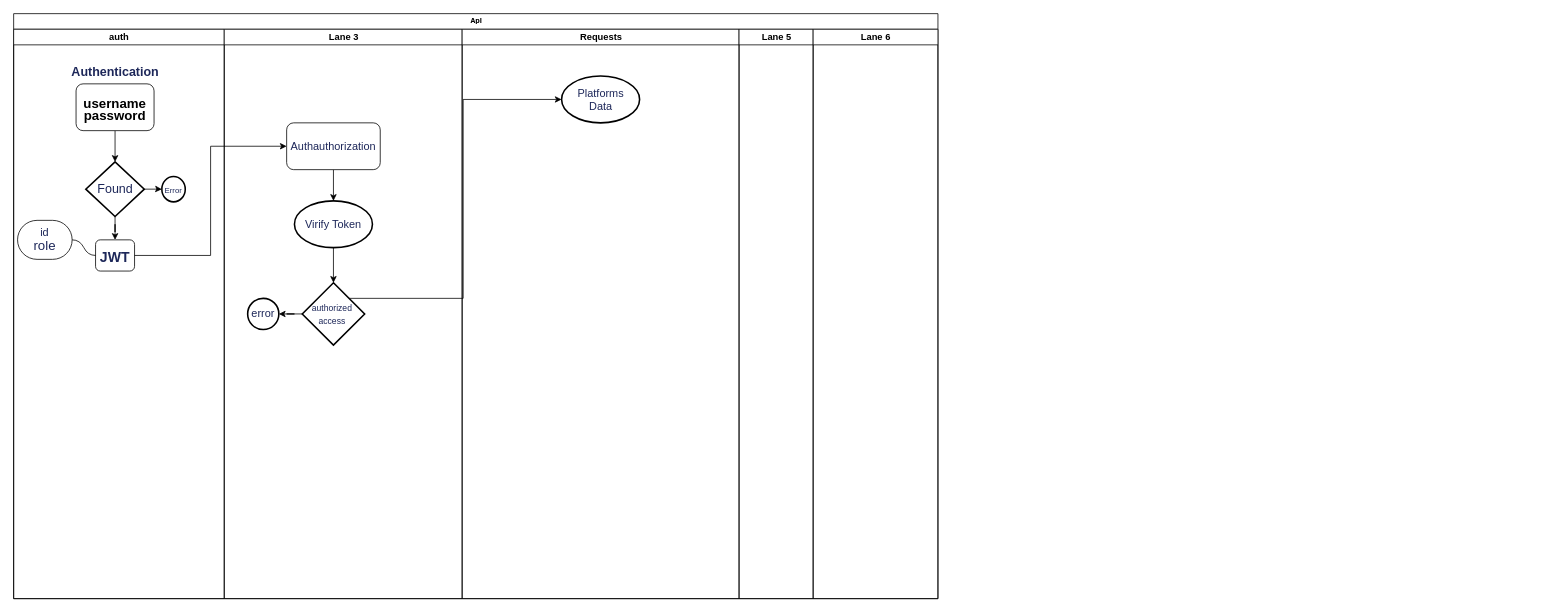
Earlier version of the draw.io diagram flowchart/API.drawio (ahmadsoran/dev-panel-backend). Source tidied: cells renumbered, new cells numbered last; positions are measured from the earlier drawing's top-left corner, leaving out a move shared by most shapes. Both pictures are drawn from the tidied source at 78%, with x=0, y=0 at pixel (13, 13).
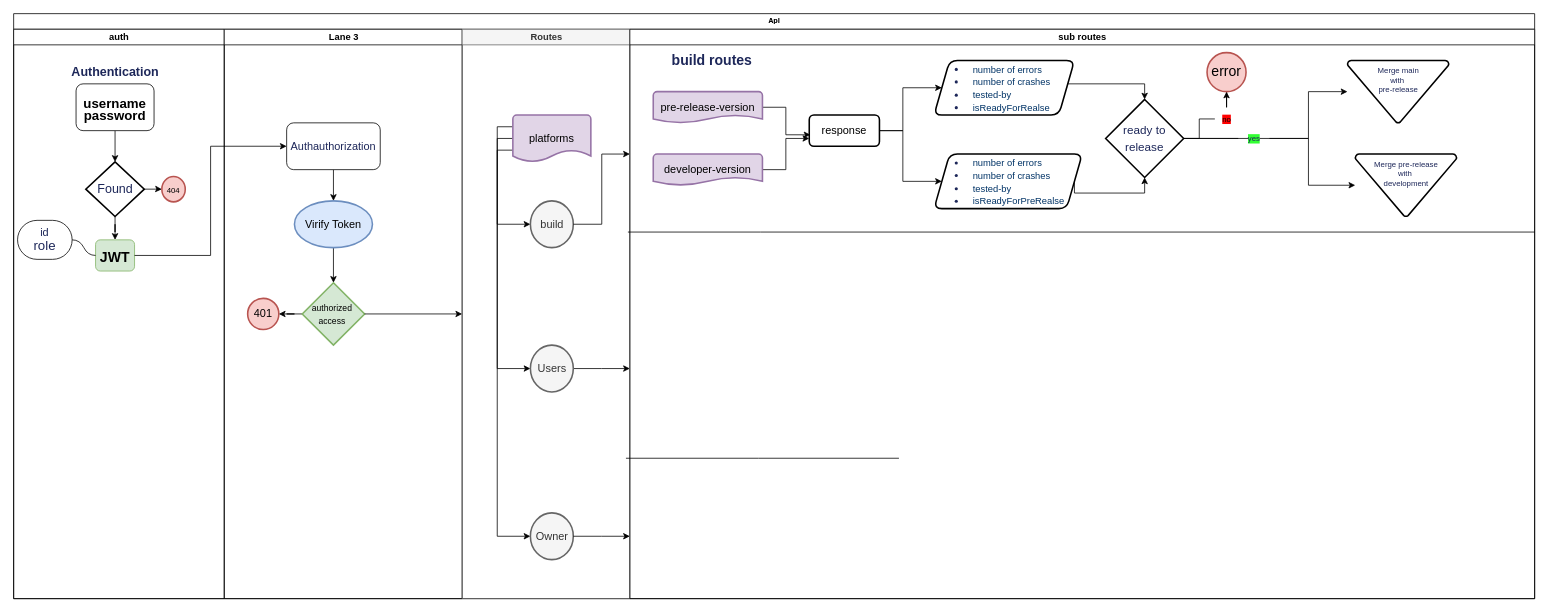
After the change.

The change refers to these unchanged cells:
```xml
<mxCell id="3" value="auth" style="swimlane;html=1;startSize=20;" parent="2" vertex="1">
  <mxGeometry y="20" width="270" height="730" as="geometry" />
</mxCell>
<mxCell id="14" value="Lane 3" style="swimlane;html=1;startSize=20;" parent="2" vertex="1">
  <mxGeometry x="270" y="20" width="305" height="730" as="geometry" />
</mxCell>
<mxCell id="16" value="&lt;font style=&quot;font-size: 14px;&quot;&gt;Authauthorization&lt;/font&gt;" style="whiteSpace=wrap;html=1;fontSize=17;fontColor=#1d2759;rounded=1;strokeWidth=1;fontFamily=Helvetica;" parent="14" vertex="1">
  <mxGeometry x="80" y="120" width="120" height="60" as="geometry" />
</mxCell>
```

What changed in the source:
```diff
@@
+    <mxCell id="28" style="edgeStyle=orthogonalEdgeStyle;rounded=0;jettySize=auto;html=1;exitX=1;exitY=0.5;exitDx=0;exitDy=0;fontFamily=Helvetica;fontSize=14;fontColor=#1d2759;" parent="1" edge="1" source="33">
+      <mxGeometry relative="1" as="geometry">
+        <mxPoint x="790" y="455" as="targetPoint" />
+      </mxGeometry>
+    </mxCell>
-    <mxCell id="2" value="Api" style="swimlane;html=1;startSize=20;rounded=0;shadow=0;labelBackgroundColor=none;strokeWidth=1;fontFamily=Verdana;fontSize=8;align=center;" parent="1" vertex="1">
-      <mxGeometry width="1185" height="750" as="geometry" />
+    <mxCell id="2" value="Api" style="swimlane;html=1;startSize=20;rounded=0;shadow=0;labelBackgroundColor=#FFFFFF;strokeWidth=1;fontFamily=Verdana;fontSize=8;align=center;" parent="1" vertex="1">
+      <mxGeometry width="1950" height="750" as="geometry" />
     </mxCell>
@@
-    <mxCell id="10" value="&lt;h1 style=&quot;line-height: 50%;&quot;&gt;&lt;font style=&quot;font-size: 18px;&quot;&gt;JWT&lt;/font&gt;&lt;/h1&gt;" style="rounded=1;whiteSpace=wrap;html=1;strokeWidth=1;fontFamily=Helvetica;fontSize=17;fontColor=#1d2759;" parent="3" vertex="1">
+    <mxCell id="10" value="&lt;h1 style=&quot;line-height: 50%;&quot;&gt;&lt;font style=&quot;font-size: 18px;&quot;&gt;JWT&lt;/font&gt;&lt;/h1&gt;" style="rounded=1;whiteSpace=wrap;html=1;strokeWidth=1;fontFamily=Helvetica;fontSize=17;fillColor=#d5e8d4;strokeColor=#82b366;" parent="3" vertex="1">
       <mxGeometry x="105" y="270" width="50" height="40" as="geometry" />
     </mxCell>
-    <mxCell id="11" value="&lt;font style=&quot;font-size: 10px;&quot;&gt;Error&lt;/font&gt;" style="ellipse;whiteSpace=wrap;html=1;fontSize=16;fontColor=#1d2759;strokeWidth=2;" parent="3" vertex="1">
+    <mxCell id="11" value="&lt;font style=&quot;font-size: 10px;&quot;&gt;404&lt;/font&gt;" style="ellipse;whiteSpace=wrap;html=1;fontSize=16;strokeWidth=2;fillColor=#f8cecc;strokeColor=#b85450;" parent="3" vertex="1">
       <mxGeometry x="190" y="188.8" width="30" height="32.5" as="geometry" />
     </mxCell>
@@
-    <mxCell id="18" value="Virify Token" style="strokeWidth=2;html=1;shape=mxgraph.flowchart.start_1;whiteSpace=wrap;fontFamily=Helvetica;fontSize=14;fontColor=#1d2759;" parent="14" vertex="1">
+    <mxCell id="18" value="Virify Token" style="strokeWidth=2;html=1;shape=mxgraph.flowchart.start_1;whiteSpace=wrap;fontFamily=Helvetica;fontSize=14;fillColor=#dae8fc;strokeColor=#6c8ebf;" parent="14" vertex="1">
       <mxGeometry x="90" y="220" width="100" height="60" as="geometry" />
     </mxCell>
-    <mxCell id="19" value="error" style="ellipse;whiteSpace=wrap;html=1;fontSize=14;fontColor=#1d2759;strokeWidth=2;fontFamily=Helvetica;" parent="14" vertex="1">
+    <mxCell id="19" value="401" style="ellipse;whiteSpace=wrap;html=1;fontSize=14;strokeWidth=2;fontFamily=Helvetica;fillColor=#f8cecc;strokeColor=#b85450;" parent="14" vertex="1">
       <mxGeometry x="30" y="345" width="40" height="40" as="geometry" />
     </mxCell>
@@
-    <mxCell id="21" value="&lt;font style=&quot;font-size: 11px;&quot;&gt;authorized&amp;nbsp; access&amp;nbsp;&lt;/font&gt;" style="rhombus;whiteSpace=wrap;html=1;fontSize=14;fontColor=#1d2759;strokeWidth=2;fontFamily=Helvetica;" parent="14" vertex="1">
+    <mxCell id="21" value="&lt;font style=&quot;font-size: 11px;&quot;&gt;authorized&amp;nbsp; access&amp;nbsp;&lt;/font&gt;" style="rhombus;whiteSpace=wrap;html=1;fontSize=14;strokeWidth=2;fontFamily=Helvetica;fillColor=#d5e8d4;strokeColor=#82b366;" parent="14" vertex="1">
       <mxGeometry x="100" y="325" width="80" height="80" as="geometry" />
     </mxCell>
-    <mxCell id="22" value="Requests" style="swimlane;html=1;startSize=20;" parent="2" vertex="1">
-      <mxGeometry x="575" y="20" width="355" height="730" as="geometry" />
+    <mxCell id="22" value="Routes" style="swimlane;html=1;startSize=20;fillColor=#f5f5f5;fontColor=#333333;strokeColor=#666666;" parent="2" vertex="1">
+      <mxGeometry x="575" y="20" width="215" height="730" as="geometry" />
     </mxCell>
-    <mxCell id="23" value="&lt;font style=&quot;font-size: 14px;&quot;&gt;Platforms&lt;br&gt;Data&lt;/font&gt;" style="strokeWidth=2;html=1;shape=mxgraph.flowchart.start_1;whiteSpace=wrap;fontFamily=Helvetica;fontSize=11;fontColor=#1d2759;" parent="22" vertex="1">
-      <mxGeometry x="127.5" y="60" width="100" height="60" as="geometry" />
-    </mxCell>
+    <mxCell id="29" style="edgeStyle=orthogonalEdgeStyle;rounded=0;jettySize=auto;html=1;exitX=0;exitY=0.75;exitDx=0;exitDy=0;exitPerimeter=0;entryX=0;entryY=0.5;entryDx=0;entryDy=0;fontFamily=Helvetica;fontSize=14;fontColor=#1d2759;" parent="22" edge="1" source="32" target="35">
+      <mxGeometry relative="1" as="geometry" />
+    </mxCell>
+    <mxCell id="30" style="edgeStyle=orthogonalEdgeStyle;rounded=0;jettySize=auto;html=1;exitX=0;exitY=0.5;exitDx=0;exitDy=0;exitPerimeter=0;entryX=0;entryY=0.5;entryDx=0;entryDy=0;fontFamily=Helvetica;fontSize=14;fontColor=#1d2759;" parent="22" edge="1" source="32" target="33">
+      <mxGeometry relative="1" as="geometry" />
+    </mxCell>
+    <mxCell id="31" style="edgeStyle=orthogonalEdgeStyle;rounded=0;jettySize=auto;html=1;exitX=0;exitY=0.25;exitDx=0;exitDy=0;exitPerimeter=0;entryX=0;entryY=0.5;entryDx=0;entryDy=0;fontFamily=Helvetica;fontSize=14;fontColor=#1d2759;" parent="22" edge="1" source="32" target="34">
+      <mxGeometry relative="1" as="geometry" />
+    </mxCell>
+    <mxCell id="32" value="platforms" style="strokeWidth=2;html=1;shape=mxgraph.flowchart.document2;whiteSpace=wrap;size=0.25;fontFamily=Helvetica;fontSize=14;fillColor=#e1d5e7;strokeColor=#9673a6;" parent="22" vertex="1">
+      <mxGeometry x="65" y="110" width="100" height="60" as="geometry" />
+    </mxCell>
+    <mxCell id="33" value="Users" style="ellipse;whiteSpace=wrap;html=1;fontSize=14;strokeWidth=2;fillColor=#f5f5f5;fontColor=#333333;strokeColor=#666666;" parent="22" vertex="1">
+      <mxGeometry x="87.5" y="405" width="55" height="60" as="geometry" />
+    </mxCell>
+    <mxCell id="34" value="Owner" style="ellipse;whiteSpace=wrap;html=1;fontSize=14;fillColor=#f5f5f5;strokeColor=#666666;strokeWidth=2;fontColor=#333333;" parent="22" vertex="1">
+      <mxGeometry x="87.5" y="620" width="55" height="60" as="geometry" />
+    </mxCell>
+    <mxCell id="35" value="build" style="ellipse;whiteSpace=wrap;html=1;fontSize=14;fillColor=#f5f5f5;strokeColor=#666666;strokeWidth=2;fontColor=#333333;" parent="22" vertex="1">
+      <mxGeometry x="87.5" y="220" width="55" height="60" as="geometry" />
+    </mxCell>
+    <mxCell id="26" style="edgeStyle=orthogonalEdgeStyle;rounded=0;jettySize=auto;html=1;exitX=1;exitY=0.5;exitDx=0;exitDy=0;entryX=0;entryY=0.5;entryDx=0;entryDy=0;fontFamily=Helvetica;fontSize=14;fontColor=#1d2759;" parent="2" edge="1" source="10" target="16">
+      <mxGeometry relative="1" as="geometry" />
+    </mxCell>
+    <mxCell id="36" style="edgeStyle=orthogonalEdgeStyle;rounded=0;jettySize=auto;html=1;exitX=1;exitY=0.5;exitDx=0;exitDy=0;fontFamily=Helvetica;fontSize=14;fontColor=#1d2759;" parent="2" edge="1" source="21" target="22">
+      <mxGeometry relative="1" as="geometry" />
+    </mxCell>
+    <mxCell id="37" style="edgeStyle=orthogonalEdgeStyle;rounded=0;jettySize=auto;html=1;exitX=1;exitY=0.5;exitDx=0;exitDy=0;fontFamily=Helvetica;fontSize=14;fontColor=#1d2759;" parent="2" edge="1" source="35" target="24">
+      <mxGeometry relative="1" as="geometry">
+        <Array as="points">
+          <mxPoint x="754" y="270" />
+          <mxPoint x="754" y="180" />
+        </Array>
+      </mxGeometry>
+    </mxCell>
-    <mxCell id="24" value="Lane 5" style="swimlane;html=1;startSize=20;" parent="2" vertex="1">
-      <mxGeometry x="930" y="20" width="95" height="730" as="geometry" />
+    <mxCell id="24" value="sub routes" style="swimlane;html=1;startSize=20;" parent="2" vertex="1">
+      <mxGeometry x="790" y="20" width="1160" height="730" as="geometry" />
     </mxCell>
-    <mxCell id="25" value="Lane 6" style="swimlane;html=1;startSize=20;" parent="2" vertex="1">
-      <mxGeometry x="1025" y="20" width="160" height="730" as="geometry" />
-    </mxCell>
-    <mxCell id="26" style="edgeStyle=orthogonalEdgeStyle;rounded=0;jettySize=auto;html=1;exitX=1;exitY=0.5;exitDx=0;exitDy=0;entryX=0;entryY=0.5;entryDx=0;entryDy=0;fontFamily=Helvetica;fontSize=14;fontColor=#1d2759;" parent="2" edge="1" source="10" target="16">
-      <mxGeometry relative="1" as="geometry" />
-    </mxCell>
-    <mxCell id="27" style="edgeStyle=orthogonalEdgeStyle;rounded=0;jettySize=auto;html=1;exitX=1;exitY=0;exitDx=0;exitDy=0;entryX=0;entryY=0.5;entryDx=0;entryDy=0;entryPerimeter=0;fontFamily=Helvetica;fontSize=14;fontColor=#1d2759;" parent="2" edge="1" source="21" target="23">
-      <mxGeometry relative="1" as="geometry" />
-    </mxCell>
+    <mxCell id="38" style="endArrow=none;html=1;rounded=0;fontFamily=Helvetica;fontSize=14;fontColor=#1d2759;" parent="24" edge="1">
+      <mxGeometry relative="1" as="geometry">
+        <mxPoint x="-2.5" y="260" as="sourcePoint" />
+        <mxPoint x="1160" y="260" as="targetPoint" />
+        <Array as="points">
+          <mxPoint x="167.5" y="260" />
+        </Array>
+      </mxGeometry>
+    </mxCell>
+    <mxCell id="39" style="endArrow=none;html=1;rounded=0;fontFamily=Helvetica;fontSize=14;fontColor=#1d2759;" parent="24" edge="1">
+      <mxGeometry relative="1" as="geometry">
+        <mxPoint x="-5" y="550" as="sourcePoint" />
+        <mxPoint x="345" y="550" as="targetPoint" />
+        <Array as="points">
+          <mxPoint x="165" y="550" />
+        </Array>
+      </mxGeometry>
+    </mxCell>
+    <mxCell id="40" value="&lt;b&gt;&lt;font style=&quot;font-size: 18px;&quot;&gt;build routes&lt;/font&gt;&lt;/b&gt;" style="text;html=1;align=center;verticalAlign=middle;strokeColor=none;fillColor=none;fontSize=14;fontFamily=Helvetica;fontColor=#1d2759;" parent="24" vertex="1">
+      <mxGeometry x="40" y="20" width="130" height="40" as="geometry" />
+    </mxCell>
+    <mxCell id="41" style="edgeStyle=orthogonalEdgeStyle;rounded=0;jettySize=auto;html=1;exitX=1;exitY=0.5;exitDx=0;exitDy=0;exitPerimeter=0;entryX=0.017;entryY=0.633;entryDx=0;entryDy=0;entryPerimeter=0;fontFamily=Helvetica;fontSize=18;fontColor=#1d2759;" parent="24" edge="1" source="42" target="47">
+      <mxGeometry relative="1" as="geometry" />
+    </mxCell>
+    <mxCell id="42" value="pre-release-version" style="strokeWidth=2;html=1;shape=mxgraph.flowchart.document2;whiteSpace=wrap;size=0.25;fontFamily=Helvetica;fontSize=14;fillColor=#e1d5e7;strokeColor=#9673a6;" parent="24" vertex="1">
+      <mxGeometry x="30" y="80" width="140" height="40" as="geometry" />
+    </mxCell>
+    <mxCell id="43" style="edgeStyle=orthogonalEdgeStyle;rounded=0;jettySize=auto;html=1;exitX=1;exitY=0.5;exitDx=0;exitDy=0;exitPerimeter=0;entryX=0;entryY=0.75;entryDx=0;entryDy=0;fontFamily=Helvetica;fontSize=18;fontColor=#1d2759;" parent="24" edge="1" source="44" target="47">
+      <mxGeometry relative="1" as="geometry" />
+    </mxCell>
+    <mxCell id="44" value="developer-version" style="strokeWidth=2;html=1;shape=mxgraph.flowchart.document2;whiteSpace=wrap;size=0.25;fontFamily=Helvetica;fontSize=14;fillColor=#e1d5e7;strokeColor=#9673a6;" parent="24" vertex="1">
+      <mxGeometry x="30" y="160" width="140" height="40" as="geometry" />
+    </mxCell>
+    <mxCell id="45" style="edgeStyle=orthogonalEdgeStyle;rounded=0;jettySize=auto;html=1;fontFamily=Helvetica;fontSize=18;fontColor=#1d2759;" parent="24" edge="1" source="47" target="49">
+      <mxGeometry relative="1" as="geometry">
+        <Array as="points">
+          <mxPoint x="350" y="130" />
+          <mxPoint x="350" y="75" />
+        </Array>
+      </mxGeometry>
+    </mxCell>
+    <mxCell id="46" style="edgeStyle=orthogonalEdgeStyle;rounded=0;jettySize=auto;html=1;exitX=1;exitY=0.5;exitDx=0;exitDy=0;entryX=0;entryY=0.5;entryDx=0;entryDy=0;fontFamily=Helvetica;fontSize=18;fontColor=#1d2759;" parent="24" edge="1" source="47" target="51">
+      <mxGeometry relative="1" as="geometry">
+        <Array as="points">
+          <mxPoint x="350" y="130" />
+          <mxPoint x="350" y="195" />
+        </Array>
+      </mxGeometry>
+    </mxCell>
+    <mxCell id="47" value="response" style="rounded=1;whiteSpace=wrap;html=1;fontSize=14;strokeWidth=2;fontFamily=Helvetica;" parent="24" vertex="1">
+      <mxGeometry x="230" y="110" width="90" height="40" as="geometry" />
+    </mxCell>
+    <mxCell id="48" style="edgeStyle=orthogonalEdgeStyle;rounded=0;jettySize=auto;html=1;exitX=1;exitY=0.5;exitDx=0;exitDy=0;entryX=0.5;entryY=0;entryDx=0;entryDy=0;entryPerimeter=0;fontFamily=Helvetica;fontSize=15;fontColor=#1d2759;" parent="24" edge="1" source="49" target="54">
+      <mxGeometry relative="1" as="geometry">
+        <Array as="points">
+          <mxPoint x="560" y="70" />
+          <mxPoint x="660" y="70" />
+        </Array>
+      </mxGeometry>
+    </mxCell>
+    <mxCell id="49" value="&lt;ul&gt;&lt;li style=&quot;&quot;&gt;&lt;p style=&quot;border-color: var(--border-color); color: rgb(0, 51, 102); font-size: 12px; margin: 0px 0px 0px 8px;&quot;&gt;&lt;span style=&quot;background-color: initial;&quot;&gt;number of errors&lt;/span&gt;&lt;br&gt;&lt;/p&gt;&lt;/li&gt;&lt;li style=&quot;&quot;&gt;&lt;p style=&quot;border-color: var(--border-color); color: rgb(0, 51, 102); font-size: 12px; margin: 0px 0px 0px 8px;&quot;&gt;&lt;span style=&quot;background-color: initial;&quot;&gt;number of crashes&lt;/span&gt;&lt;br&gt;&lt;/p&gt;&lt;/li&gt;&lt;li style=&quot;&quot;&gt;&lt;p style=&quot;border-color: var(--border-color); color: rgb(0, 51, 102); font-size: 12px; margin: 0px 0px 0px 8px;&quot;&gt;&lt;span style=&quot;background-color: initial;&quot;&gt;tested-by&lt;/span&gt;&lt;/p&gt;&lt;/li&gt;&lt;li style=&quot;&quot;&gt;&lt;p style=&quot;border-color: var(--border-color); color: rgb(0, 51, 102); font-size: 12px; margin: 0px 0px 0px 8px;&quot;&gt;&lt;span style=&quot;background-color: initial;&quot;&gt;isReadyForRealse&lt;/span&gt;&lt;/p&gt;&lt;/li&gt;&lt;/ul&gt;" style="shape=parallelogram;perimeter=parallelogramPerimeter;whiteSpace=wrap;html=1;fixedSize=1;fontSize=14;rounded=1;strokeWidth=2;fontFamily=Helvetica;fontColor=#1d2759;align=left;" parent="24" vertex="1">
+      <mxGeometry x="390" y="40" width="180" height="70" as="geometry" />
+    </mxCell>
+    <mxCell id="50" style="edgeStyle=orthogonalEdgeStyle;rounded=0;jettySize=auto;html=1;exitX=1;exitY=0.5;exitDx=0;exitDy=0;entryX=0.5;entryY=1;entryDx=0;entryDy=0;entryPerimeter=0;fontFamily=Helvetica;fontSize=15;fontColor=#1d2759;" parent="24" edge="1" source="51" target="54">
+      <mxGeometry relative="1" as="geometry">
+        <Array as="points">
+          <mxPoint x="570" y="210" />
+          <mxPoint x="660" y="210" />
+        </Array>
+      </mxGeometry>
+    </mxCell>
+    <mxCell id="51" value="&lt;ul&gt;&lt;li style=&quot;&quot;&gt;&lt;p style=&quot;border-color: var(--border-color); color: rgb(0, 51, 102); font-size: 12px; margin: 0px 0px 0px 8px;&quot;&gt;&lt;span style=&quot;background-color: initial;&quot;&gt;number of errors&lt;/span&gt;&lt;br&gt;&lt;/p&gt;&lt;/li&gt;&lt;li style=&quot;&quot;&gt;&lt;p style=&quot;border-color: var(--border-color); color: rgb(0, 51, 102); font-size: 12px; margin: 0px 0px 0px 8px;&quot;&gt;&lt;span style=&quot;background-color: initial;&quot;&gt;number of crashes&lt;/span&gt;&lt;br&gt;&lt;/p&gt;&lt;/li&gt;&lt;li style=&quot;&quot;&gt;&lt;p style=&quot;border-color: var(--border-color); color: rgb(0, 51, 102); font-size: 12px; margin: 0px 0px 0px 8px;&quot;&gt;&lt;span style=&quot;background-color: initial;&quot;&gt;tested-by&lt;/span&gt;&lt;/p&gt;&lt;/li&gt;&lt;li style=&quot;&quot;&gt;&lt;p style=&quot;border-color: var(--border-color); color: rgb(0, 51, 102); font-size: 12px; margin: 0px 0px 0px 8px;&quot;&gt;&lt;span style=&quot;background-color: initial;&quot;&gt;isReadyForPreRealse&lt;/span&gt;&lt;/p&gt;&lt;/li&gt;&lt;/ul&gt;" style="shape=parallelogram;perimeter=parallelogramPerimeter;whiteSpace=wrap;html=1;fixedSize=1;fontSize=14;rounded=1;strokeWidth=2;fontFamily=Helvetica;fontColor=#1d2759;align=left;" parent="24" vertex="1">
+      <mxGeometry x="390" y="160" width="190" height="70" as="geometry" />
+    </mxCell>
+    <mxCell id="52" style="edgeStyle=orthogonalEdgeStyle;rounded=0;jettySize=auto;html=1;fontFamily=Helvetica;fontSize=15;fontColor=#1d2759;startArrow=none;" parent="24" edge="1" source="62" target="55">
+      <mxGeometry relative="1" as="geometry" />
+    </mxCell>
+    <mxCell id="53" style="edgeStyle=orthogonalEdgeStyle;rounded=0;jettySize=auto;html=1;exitX=1;exitY=0.5;exitDx=0;exitDy=0;exitPerimeter=0;entryX=0;entryY=0.5;entryDx=0;entryDy=0;entryPerimeter=0;fontFamily=Helvetica;fontSize=10;fontColor=#1d2759;" parent="24" edge="1" source="54" target="59">
+      <mxGeometry relative="1" as="geometry">
+        <Array as="points">
+          <mxPoint x="870" y="140" />
+          <mxPoint x="870" y="200" />
+        </Array>
+      </mxGeometry>
+    </mxCell>
+    <mxCell id="54" value="&lt;font style=&quot;font-size: 15px;&quot;&gt;ready to release&lt;/font&gt;" style="strokeWidth=2;html=1;shape=mxgraph.flowchart.decision;whiteSpace=wrap;fontFamily=Helvetica;fontSize=18;fontColor=#1d2759;" parent="24" vertex="1">
+      <mxGeometry x="610" y="90" width="100" height="100" as="geometry" />
+    </mxCell>
+    <mxCell id="55" value="error" style="ellipse;whiteSpace=wrap;html=1;fontSize=18;strokeWidth=2;fillColor=#f8cecc;strokeColor=#b85450;" parent="24" vertex="1">
+      <mxGeometry x="740" y="30" width="50" height="50" as="geometry" />
+    </mxCell>
+    <mxCell id="56" value="&lt;p style=&quot;line-height: 70%;&quot;&gt;&lt;font style=&quot;font-size: 10px;&quot;&gt;&lt;br&gt;&lt;/font&gt;&lt;/p&gt;" style="strokeWidth=2;html=1;shape=mxgraph.flowchart.merge_or_storage;whiteSpace=wrap;fontFamily=Helvetica;fontSize=15;fontColor=#1d2759;" parent="24" vertex="1">
+      <mxGeometry x="920" y="40" width="130" height="80" as="geometry" />
+    </mxCell>
+    <mxCell id="57" style="edgeStyle=orthogonalEdgeStyle;rounded=0;jettySize=auto;html=1;exitX=1;exitY=0.5;exitDx=0;exitDy=0;exitPerimeter=0;entryX=0;entryY=0.5;entryDx=0;entryDy=0;entryPerimeter=0;fontFamily=Helvetica;fontSize=15;fontColor=#1d2759;startArrow=none;" parent="24" edge="1" source="64" target="56">
+      <mxGeometry relative="1" as="geometry" />
+    </mxCell>
+    <mxCell id="58" value="Merge main&lt;br&gt;with&amp;nbsp;&lt;br&gt;pre-release" style="text;html=1;align=center;verticalAlign=middle;strokeColor=none;fillColor=none;fontSize=10;fontFamily=Helvetica;fontColor=#1d2759;" parent="24" vertex="1">
+      <mxGeometry x="945" y="40" width="80" height="50" as="geometry" />
+    </mxCell>
+    <mxCell id="59" value="&lt;p style=&quot;line-height: 70%;&quot;&gt;&lt;font style=&quot;font-size: 10px;&quot;&gt;&lt;br&gt;&lt;/font&gt;&lt;/p&gt;" style="strokeWidth=2;html=1;shape=mxgraph.flowchart.merge_or_storage;whiteSpace=wrap;fontFamily=Helvetica;fontSize=15;fontColor=#1d2759;" parent="24" vertex="1">
+      <mxGeometry x="930" y="160" width="130" height="80" as="geometry" />
+    </mxCell>
+    <mxCell id="60" value="Merge pre-release&lt;br&gt;with&amp;nbsp;&lt;br&gt;development" style="text;html=1;align=center;verticalAlign=middle;strokeColor=none;fillColor=none;fontSize=10;fontFamily=Helvetica;fontColor=#1d2759;" parent="24" vertex="1">
+      <mxGeometry x="940" y="160" width="110" height="50" as="geometry" />
+    </mxCell>
+    <mxCell id="61" style="edgeStyle=orthogonalEdgeStyle;rounded=0;jettySize=auto;html=1;fontFamily=Helvetica;fontSize=15;fontColor=#1d2759;endArrow=none;" parent="24" edge="1" source="54" target="62">
+      <mxGeometry relative="1" as="geometry" />
+    </mxCell>
+    <mxCell id="62" value="no" style="text;html=1;align=center;verticalAlign=middle;points=[];fontSize=10;fontFamily=Helvetica;labelBackgroundColor=#FF0000;" parent="24" vertex="1">
+      <mxGeometry x="750" y="100" width="30" height="30" as="geometry" />
+    </mxCell>
+    <mxCell id="63" style="edgeStyle=orthogonalEdgeStyle;rounded=0;jettySize=auto;html=1;exitX=1;exitY=0.5;exitDx=0;exitDy=0;exitPerimeter=0;entryX=0;entryY=0.5;entryDx=0;entryDy=0;entryPerimeter=0;fontFamily=Helvetica;fontSize=15;fontColor=#1d2759;endArrow=none;" parent="24" edge="1" source="54" target="64">
+      <mxGeometry relative="1" as="geometry" />
+    </mxCell>
+    <mxCell id="64" value="yes" style="text;html=1;align=center;verticalAlign=middle;points=[];strokeColor=none;fillColor=none;fontSize=10;fontFamily=Helvetica;fontColor=#1d2759;labelBackgroundColor=#33FF33;" parent="24" vertex="1">
+      <mxGeometry x="780" y="125" width="40" height="30" as="geometry" />
+    </mxCell>
+    <mxCell id="65" style="edgeStyle=orthogonalEdgeStyle;rounded=0;jettySize=auto;html=1;exitX=1;exitY=0.5;exitDx=0;exitDy=0;fontFamily=Helvetica;fontSize=14;fontColor=#1d2759;" parent="1" edge="1" source="34">
+      <mxGeometry relative="1" as="geometry">
+        <mxPoint x="790" y="670" as="targetPoint" />
+      </mxGeometry>
+    </mxCell>
```
